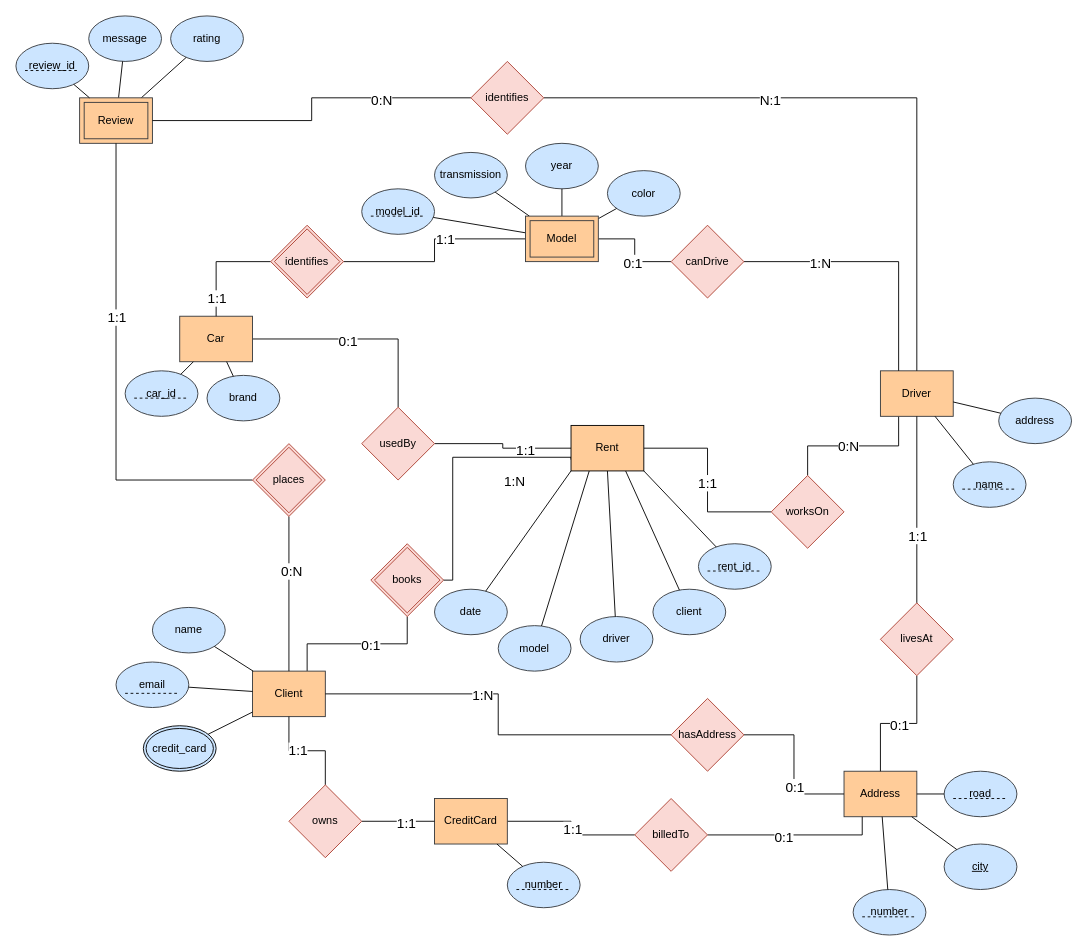
p-rinceS/CS-480-Project keeps this draw.io diagram as 480-ER-Diagram.drawio. Above is the earlier version. Source tidied: cells renumbered, new cells numbered last; positions are measured from the earlier drawing's top-left corner, leaving out a move shared by most shapes. Both pictures are drawn from the tidied source at 91%, with x=0, y=0 at pixel (15, 15).
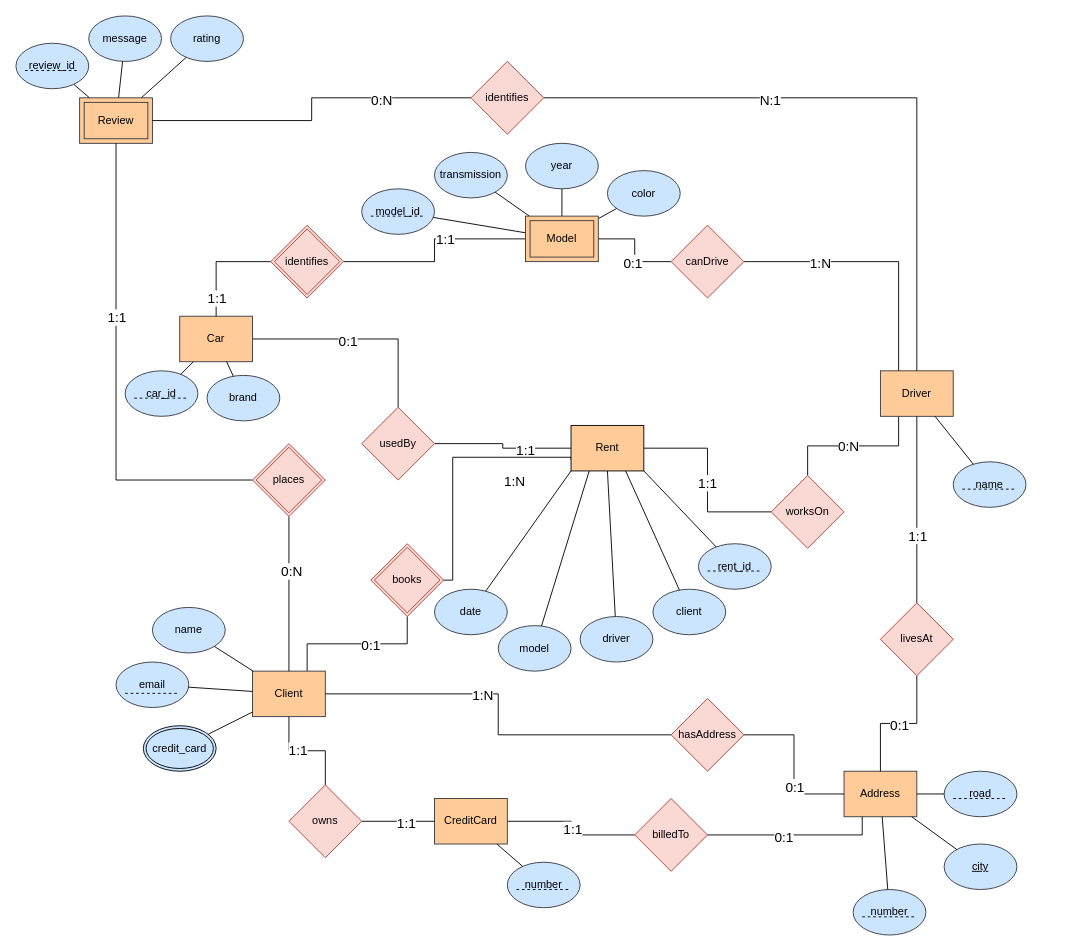
After the change.

Commit message:
Removed "address" attribute for "Driver

The change refers to these unchanged cells:
```xml
<mxCell id="7" value="Driver" style="whiteSpace=wrap;html=1;fillColor=#ffcc99;strokeColor=#36393d;" parent="1" vertex="1">
  <mxGeometry x="950" y="390" width="80" height="50" as="geometry" />
</mxCell>
```

The edit, as a diff of the source:
```diff
@@
-    <mxCell id="25" value="address" style="ellipse;whiteSpace=wrap;html=1;fillColor=#cce5ff;strokeColor=#36393d;" parent="1" vertex="1">
-      <mxGeometry x="1080" y="420" width="80" height="50" as="geometry" />
-    </mxCell>
@@
-    <mxCell id="27" style="endArrow=none;html=1;rounded=0;" parent="1" edge="1" source="25" target="7">
-      <mxGeometry relative="1" as="geometry" />
-    </mxCell>
```
